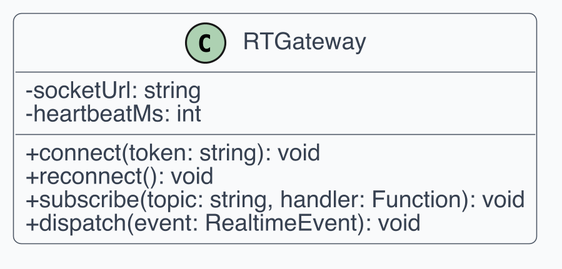
swenightpro/Documentazione keeps this PlantUML diagram as src/PB/Documentazione Esterna/Contenuti/componenti_specifiche_tecniche/assets/uml_frontend/19_rtgateway.png. Above is the earlier version. Source of this version:
```plantuml
@startuml
!include _style.iuml
class RTGateway {
  -socketUrl: string
  -heartbeatMs: int
  +connect(token: string): void
  +reconnect(): void
  +subscribe(topic: string, handler: Function): void
  +dispatch(event: RealtimeEvent): void
}
@enduml
```
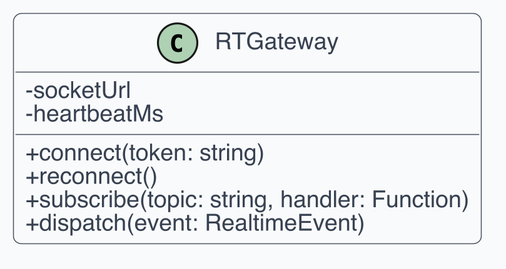
Later version of the same file.

What changed in the source:
```diff
@@ -1,11 +1,27 @@
 @startuml
-!include _style.iuml
-class RTGateway {
-  -socketUrl: string
-  -heartbeatMs: int
-  +connect(token: string): void
-  +reconnect(): void
-  +subscribe(topic: string, handler: Function): void
-  +dispatch(event: RealtimeEvent): void
+skinparam dpi 300
+skinparam shadowing false
+skinparam backgroundColor White
+skinparam defaultFontName Helvetica
+skinparam defaultFontSize 12
+skinparam ArrowColor #4B5563
+skinparam ArrowThickness 1
+skinparam roundcorner 8
+skinparam class {
+  BackgroundColor #F9FAFB
+  BorderColor #4B5563
+  FontColor #111827
+  AttributeFontColor #374151
+  StereotypeFontColor #6B7280
+}
+skinparam classAttributeIconSize 0
+
+class "RTGateway" as C1 {
+  - socketUrl
+  - heartbeatMs
+  + connect(token: string)
+  + reconnect()
+  + subscribe(topic: string, handler: Function)
+  + dispatch(event: RealtimeEvent)
 }
 @enduml
```
